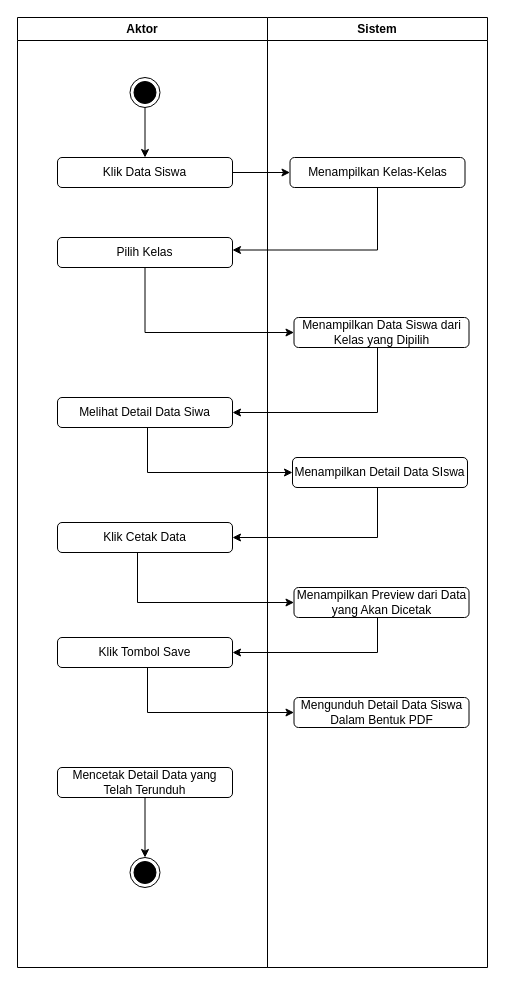
Above: Cross Function Mencetak Detail Data Siswa.drawio in XxGembelxX/Rancangan_KP (draw.io), before the change. Source tidied: cells renumbered, new cells numbered last; positions are measured from the earlier drawing's top-left corner, leaving out a move shared by most shapes. Both pictures are drawn from the tidied source at 100%, with x=0, y=0 at pixel (17, 17).
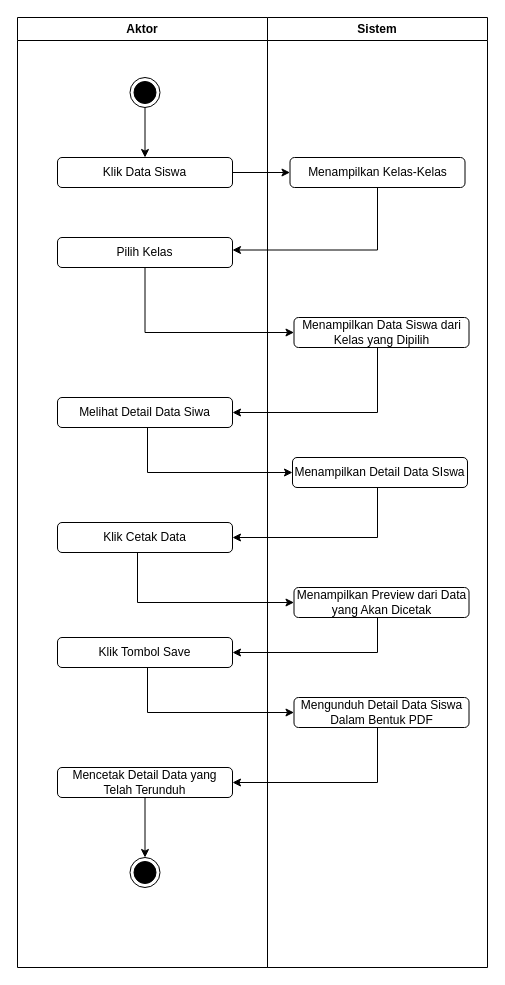
Above is the later version.

The change refers to these unchanged cells:
```xml
<mxCell id="12" value="Mencetak Detail Data yang Telah Terunduh" style="rounded=1;whiteSpace=wrap;html=1;" parent="2" vertex="1">
  <mxGeometry x="40" y="750" width="175" height="30" as="geometry" />
</mxCell>
<mxCell id="19" value="Mengunduh Detail Data Siswa Dalam Bentuk PDF" style="rounded=1;whiteSpace=wrap;html=1;" parent="14" vertex="1">
  <mxGeometry x="26.5" y="680" width="175" height="30" as="geometry" />
</mxCell>
```

The edit, as a diff of the source:
```diff
@@
+    <mxCell id="28" style="edgeStyle=orthogonalEdgeStyle;rounded=0;jettySize=auto;html=1;entryX=1;entryY=0.5;entryDx=0;entryDy=0;" parent="1" edge="1" source="19" target="12">
+      <mxGeometry relative="1" as="geometry">
+        <Array as="points">
+          <mxPoint x="360" y="765" />
+        </Array>
+      </mxGeometry>
+    </mxCell>
```
